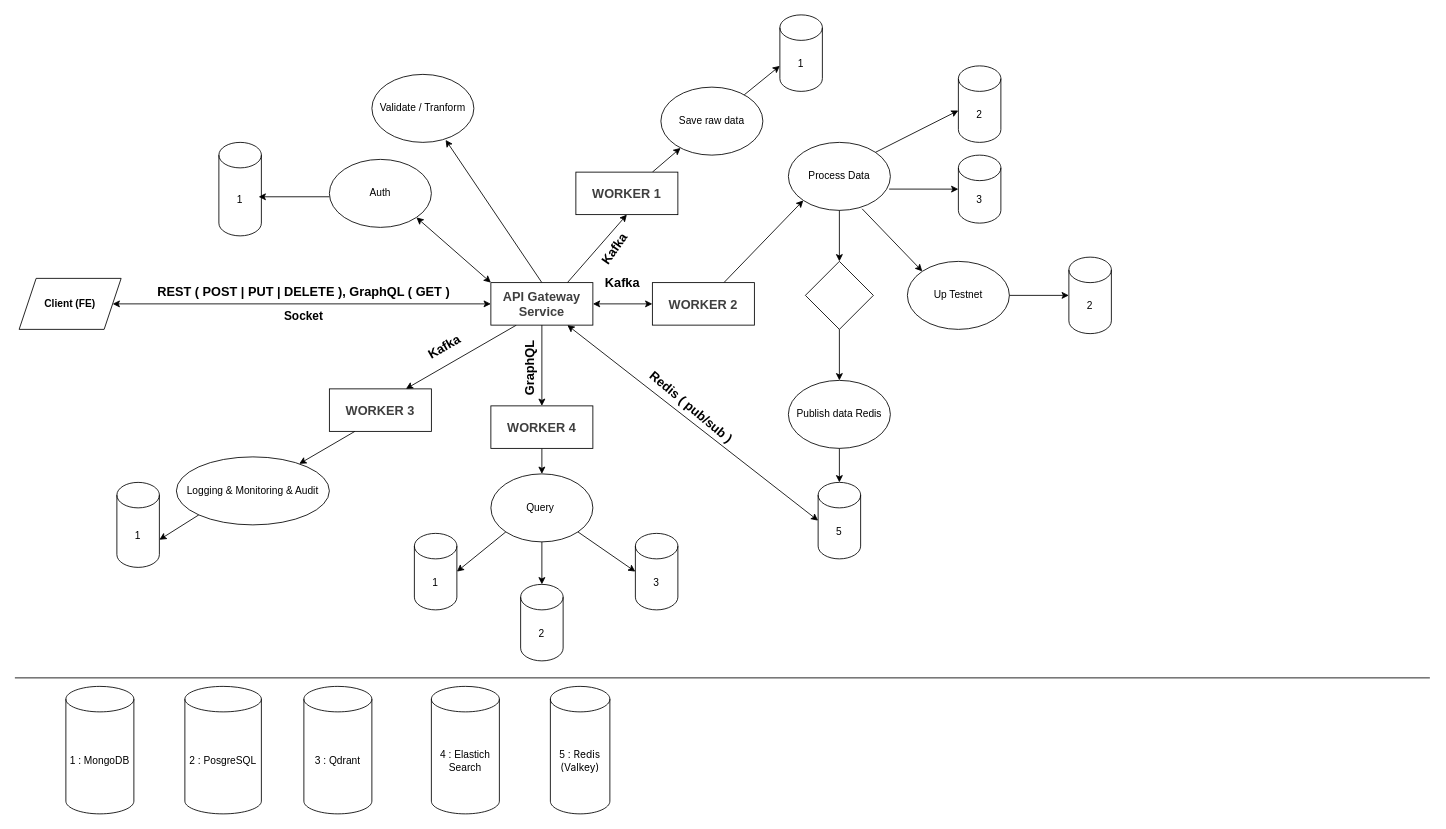
This is design.dio from GraduationProject-6251071040/design, a draw.io file, before an edit. Source tidied: cells renumbered, new cells numbered last; positions are measured from the earlier drawing's top-left corner, leaving out a move shared by most shapes. Both pictures are drawn from the tidied source at 85%, with x=0, y=0 at pixel (14, 14).
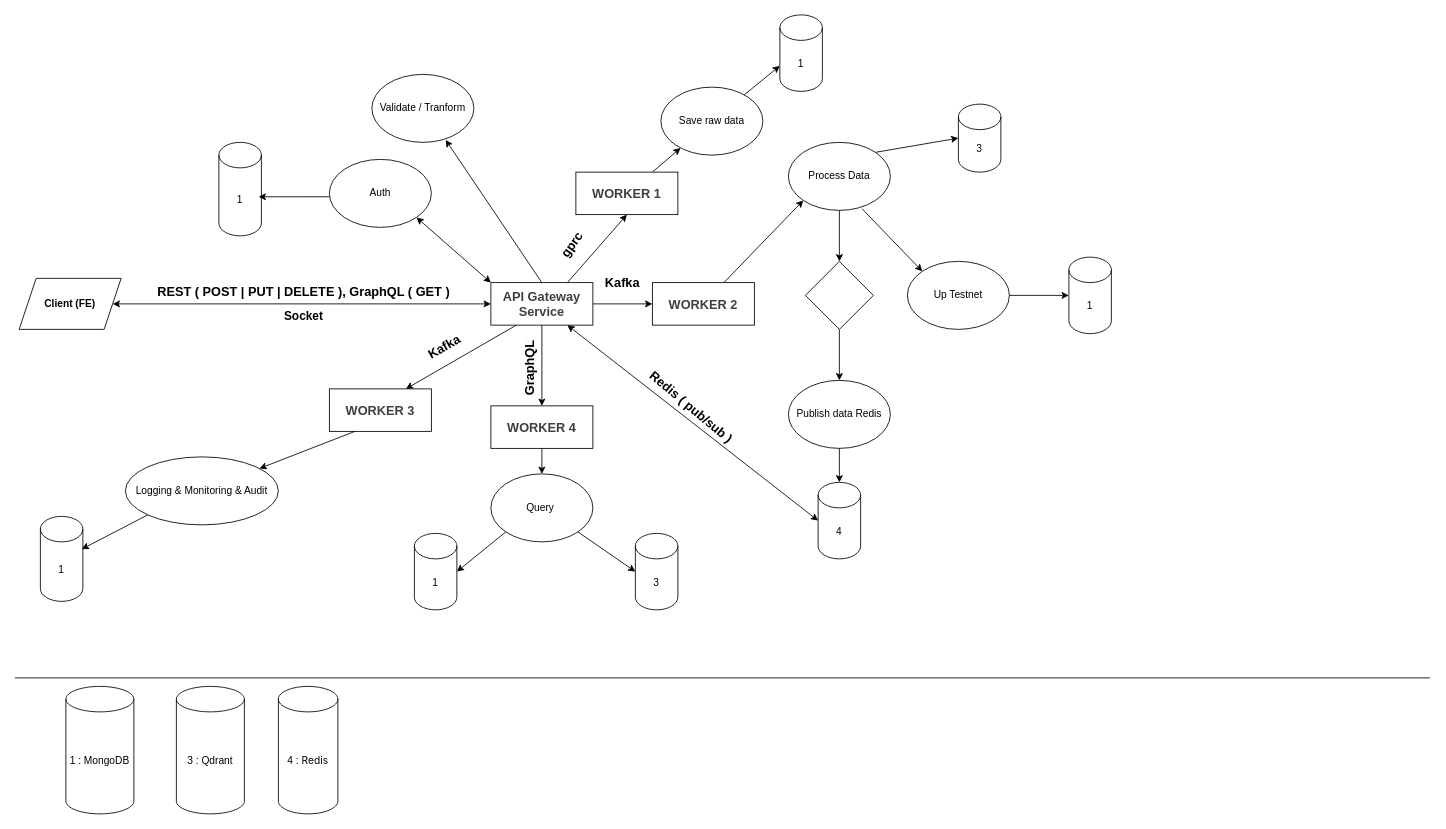
The same diagram, later.

The change refers to these unchanged cells:
```xml
<mxCell id="20" value="&lt;b style=&quot;color: rgb(63, 63, 63); font-size: 15px;&quot;&gt;API Gateway Service&lt;/b&gt;" style="rounded=0;whiteSpace=wrap;html=1;" parent="1" vertex="1">
  <mxGeometry x="560" y="315" width="120" height="50" as="geometry" />
</mxCell>
<mxCell id="25" value="&lt;b style=&quot;color: rgb(63, 63, 63); font-size: 15px;&quot;&gt;WORKER 1&lt;/b&gt;" style="rounded=0;whiteSpace=wrap;html=1;" parent="1" vertex="1">
  <mxGeometry x="660" y="185" width="120" height="50" as="geometry" />
</mxCell>
<mxCell id="30" value="&lt;b style=&quot;color: rgb(63, 63, 63); font-size: 15px;&quot;&gt;WORKER 2&lt;/b&gt;" style="rounded=0;whiteSpace=wrap;html=1;" parent="1" vertex="1">
  <mxGeometry x="750" y="315" width="120" height="50" as="geometry" />
</mxCell>
<mxCell id="31" value="Process Data" style="ellipse;whiteSpace=wrap;html=1;" parent="1" vertex="1">
  <mxGeometry x="910" y="150" width="120" height="80" as="geometry" />
</mxCell>
<mxCell id="51" value="Query&amp;nbsp;" style="ellipse;whiteSpace=wrap;html=1;" parent="1" vertex="1">
  <mxGeometry x="560" y="540" width="120" height="80" as="geometry" />
</mxCell>
```

Change to the diagram source:
```diff
@@
     <mxCell id="3" value="Logging &amp;amp; Monitoring &amp;amp; Audit" style="ellipse;whiteSpace=wrap;html=1;" parent="1" vertex="1">
-      <mxGeometry x="190" y="520" width="180" height="80" as="geometry" />
+      <mxGeometry x="130" y="520" width="180" height="80" as="geometry" />
     </mxCell>
@@
-    <mxCell id="12" style="endArrow=classic;html=1;exitX=0.75;exitY=0;exitDx=0;exitDy=0;entryX=0.5;entryY=1;entryDx=0;entryDy=0;" parent="1" edge="1" source="20" target="25">
-      <mxGeometry relative="1" as="geometry" />
+    <mxCell id="12" style="endArrow=classic;html=1;entryX=0.5;entryY=1;entryDx=0;entryDy=0;" parent="1" edge="1" target="25">
+      <mxGeometry relative="1" as="geometry">
+        <mxPoint x="650" y="315" as="sourcePoint" />
+      </mxGeometry>
     </mxCell>
@@
-    <mxCell id="16" value="&lt;span style=&quot;color: rgb(0, 0, 0);&quot;&gt;2 : PosgreSQL&lt;/span&gt;" style="shape=cylinder3;whiteSpace=wrap;html=1;boundedLbl=1;backgroundOutline=1;size=15;" parent="1" vertex="1">
-      <mxGeometry x="200" y="790" width="90" height="150" as="geometry" />
-    </mxCell>
     <mxCell id="17" value="&lt;span style=&quot;color: rgb(0, 0, 0);&quot;&gt;3 : Qdrant&lt;/span&gt;" style="shape=cylinder3;whiteSpace=wrap;html=1;boundedLbl=1;backgroundOutline=1;size=15;" parent="1" vertex="1">
-      <mxGeometry x="340" y="790" width="80" height="150" as="geometry" />
+      <mxGeometry x="190" y="790" width="80" height="150" as="geometry" />
     </mxCell>
-    <mxCell id="18" value="&lt;span style=&quot;color: rgb(0, 0, 0);&quot;&gt;4 : Elastich Search&lt;/span&gt;" style="shape=cylinder3;whiteSpace=wrap;html=1;boundedLbl=1;backgroundOutline=1;size=15;" parent="1" vertex="1">
-      <mxGeometry x="490" y="790" width="80" height="150" as="geometry" />
-    </mxCell>
-    <mxCell id="19" value="&lt;span style=&quot;color: rgb(0, 0, 0);&quot;&gt;5 :&amp;nbsp;&lt;/span&gt;&lt;span style=&quot;font-family: -apple-system, BlinkMacSystemFont, &amp;quot;Segoe WPC&amp;quot;, &amp;quot;Segoe UI&amp;quot;, system-ui, Ubuntu, &amp;quot;Droid Sans&amp;quot;, sans-serif; text-align: start;&quot;&gt;Redis (Valkey)&lt;/span&gt;" style="shape=cylinder3;whiteSpace=wrap;html=1;boundedLbl=1;backgroundOutline=1;size=15;" parent="1" vertex="1">
-      <mxGeometry x="630" y="790" width="70" height="150" as="geometry" />
+    <mxCell id="19" value="&lt;span style=&quot;color: rgb(0, 0, 0);&quot;&gt;4 :&amp;nbsp;&lt;/span&gt;&lt;span style=&quot;font-family: -apple-system, BlinkMacSystemFont, &amp;quot;Segoe WPC&amp;quot;, &amp;quot;Segoe UI&amp;quot;, system-ui, Ubuntu, &amp;quot;Droid Sans&amp;quot;, sans-serif; text-align: start;&quot;&gt;Redis&lt;/span&gt;" style="shape=cylinder3;whiteSpace=wrap;html=1;boundedLbl=1;backgroundOutline=1;size=15;" parent="1" vertex="1">
+      <mxGeometry x="310" y="790" width="70" height="150" as="geometry" />
     </mxCell>
@@
     <mxCell id="21" value="1" style="shape=cylinder3;whiteSpace=wrap;html=1;boundedLbl=1;backgroundOutline=1;size=15;" parent="1" vertex="1">
-      <mxGeometry x="120" y="550" width="50" height="100" as="geometry" />
+      <mxGeometry x="30" y="590" width="50" height="100" as="geometry" />
     </mxCell>
-    <mxCell id="22" style="endArrow=classic;html=1;exitX=0;exitY=1;exitDx=0;exitDy=0;entryX=1;entryY=0;entryDx=0;entryDy=67.5;entryPerimeter=0;" parent="1" edge="1" source="3" target="21">
+    <mxCell id="22" style="endArrow=classic;html=1;exitX=0;exitY=1;exitDx=0;exitDy=0;entryX=0.973;entryY=0.385;entryDx=0;entryDy=0;entryPerimeter=0;" parent="1" edge="1" source="3" target="21">
       <mxGeometry relative="1" as="geometry" />
     </mxCell>
@@
-    <mxCell id="32" style="edgeStyle=none;html=1;exitX=1;exitY=0;exitDx=0;exitDy=0;entryX=0;entryY=0;entryDx=0;entryDy=52.5;entryPerimeter=0;" parent="1" edge="1" source="31" target="33">
-      <mxGeometry relative="1" as="geometry" />
-    </mxCell>
-    <mxCell id="33" value="2" style="shape=cylinder3;whiteSpace=wrap;html=1;boundedLbl=1;backgroundOutline=1;size=15;" parent="1" vertex="1">
-      <mxGeometry x="1110" y="60" width="50" height="90" as="geometry" />
-    </mxCell>
     <mxCell id="34" value="3" style="shape=cylinder3;whiteSpace=wrap;html=1;boundedLbl=1;backgroundOutline=1;size=15;" parent="1" vertex="1">
-      <mxGeometry x="1110" y="165" width="50" height="80" as="geometry" />
+      <mxGeometry x="1110" y="105" width="50" height="80" as="geometry" />
     </mxCell>
-    <mxCell id="35" style="edgeStyle=none;html=1;exitX=0.988;exitY=0.687;exitDx=0;exitDy=0;entryX=0;entryY=0.5;entryDx=0;entryDy=0;entryPerimeter=0;exitPerimeter=0;" parent="1" edge="1" source="31" target="34">
+    <mxCell id="35" style="edgeStyle=none;html=1;exitX=1;exitY=0;exitDx=0;exitDy=0;entryX=0;entryY=0.5;entryDx=0;entryDy=0;entryPerimeter=0;" parent="1" edge="1" source="31" target="34">
       <mxGeometry relative="1" as="geometry" />
     </mxCell>
@@
-    <mxCell id="39" value="2" style="shape=cylinder3;whiteSpace=wrap;html=1;boundedLbl=1;backgroundOutline=1;size=15;" parent="1" vertex="1">
+    <mxCell id="39" value="1" style="shape=cylinder3;whiteSpace=wrap;html=1;boundedLbl=1;backgroundOutline=1;size=15;" parent="1" vertex="1">
       <mxGeometry x="1240" y="285" width="50" height="90" as="geometry" />
     </mxCell>
@@
-    <mxCell id="42" value="5" style="shape=cylinder3;whiteSpace=wrap;html=1;boundedLbl=1;backgroundOutline=1;size=15;" parent="1" vertex="1">
+    <mxCell id="42" value="4" style="shape=cylinder3;whiteSpace=wrap;html=1;boundedLbl=1;backgroundOutline=1;size=15;" parent="1" vertex="1">
       <mxGeometry x="945" y="550" width="50" height="90" as="geometry" />
     </mxCell>
@@
-    <mxCell id="54" value="2" style="shape=cylinder3;whiteSpace=wrap;html=1;boundedLbl=1;backgroundOutline=1;size=15;" parent="1" vertex="1">
-      <mxGeometry x="595" y="670" width="50" height="90" as="geometry" />
-    </mxCell>
@@
-    <mxCell id="56" style="endArrow=classic;html=1;exitX=0.5;exitY=1;exitDx=0;exitDy=0;entryX=0.5;entryY=0;entryDx=0;entryDy=0;entryPerimeter=0;" parent="1" edge="1" source="51" target="54">
-      <mxGeometry relative="1" as="geometry" />
-    </mxCell>
@@
+    <mxCell id="65" value="&lt;b&gt;&lt;font style=&quot;font-size: 15px;&quot;&gt;gprc&lt;/font&gt;&lt;/b&gt;" style="text;html=1;align=center;verticalAlign=middle;whiteSpace=wrap;rounded=0;rotation=-55;" parent="1" vertex="1">
+      <mxGeometry x="620" y="255" width="70" height="30" as="geometry" />
+    </mxCell>
-    <mxCell id="63" style="endArrow=classic;startArrow=classic;html=1;entryX=0;entryY=0.5;entryDx=0;entryDy=0;exitX=1;exitY=0.5;exitDx=0;exitDy=0;" parent="1" edge="1" source="20" target="30">
+    <mxCell id="63" style="endArrow=classic;html=1;entryX=0;entryY=0.5;entryDx=0;entryDy=0;exitX=1;exitY=0.5;exitDx=0;exitDy=0;" parent="1" edge="1" source="20" target="30">
       <mxGeometry relative="1" as="geometry" />
     </mxCell>
-    <mxCell id="64" value="&lt;b&gt;&lt;font style=&quot;font-size: 15px;&quot;&gt;Kafka&lt;/font&gt;&lt;/b&gt;" style="text;html=1;align=center;verticalAlign=middle;whiteSpace=wrap;rounded=0;rotation=-55;" parent="1" vertex="1">
-      <mxGeometry x="670" y="260" width="70" height="30" as="geometry" />
-    </mxCell>
```
